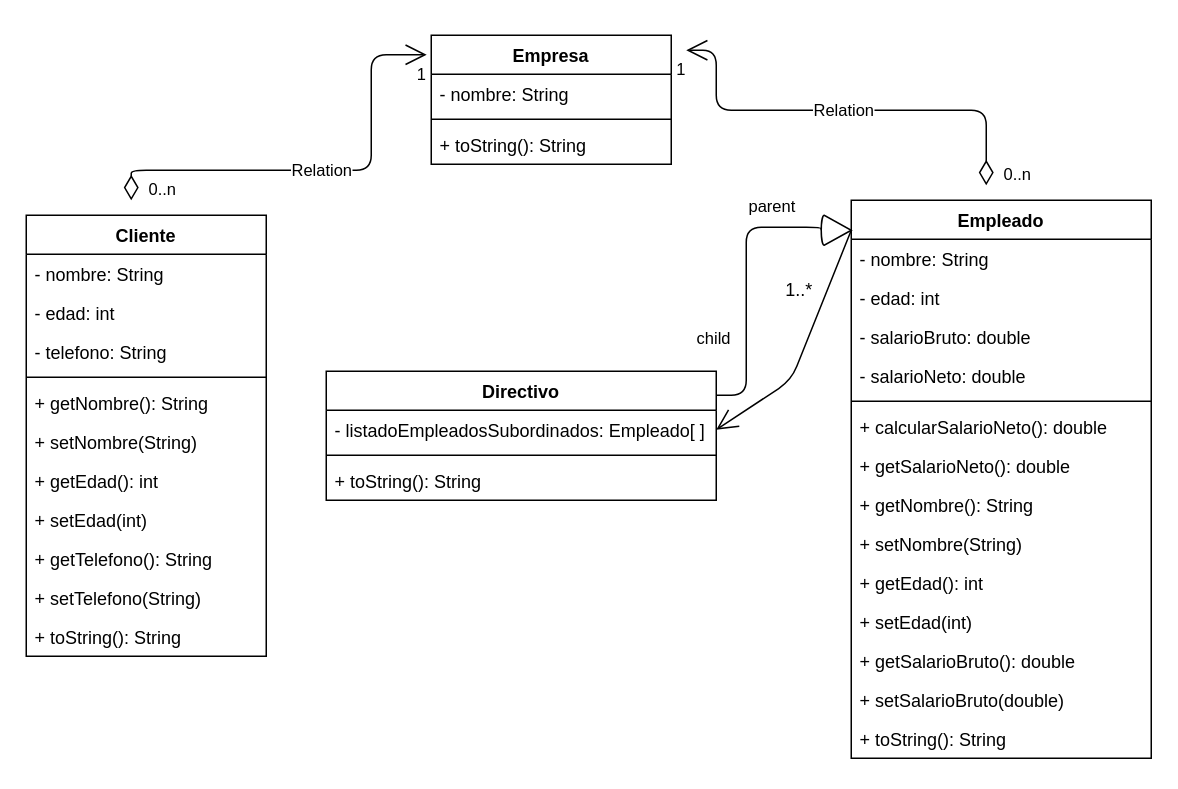
javierpb275/lenguaje-marcas keeps this draw.io diagram as uml/empresa.drawio. Above is the earlier version. Source tidied: cells renumbered, new cells numbered last; positions are measured from the earlier drawing's top-left corner, leaving out a move shared by most shapes. Both pictures are drawn from the tidied source at 150%, with x=0, y=0 at pixel (26, 34).
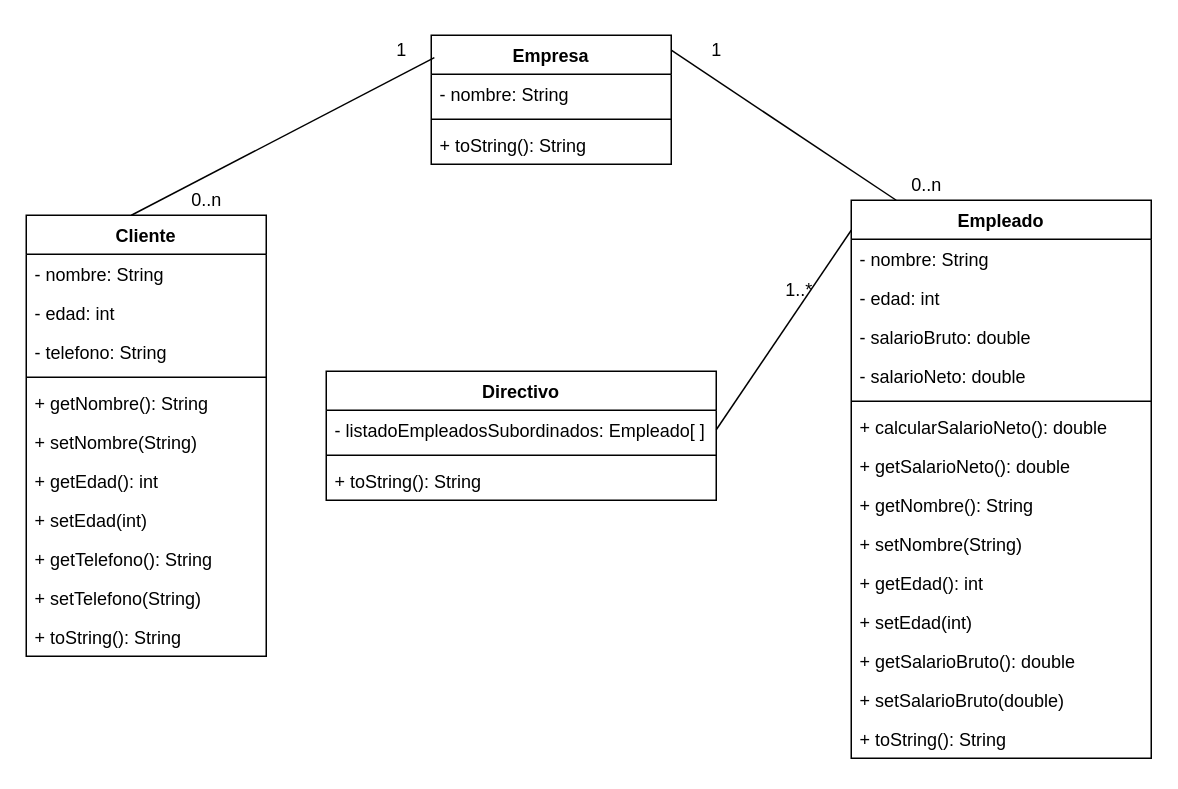
Above is the later version.

The change refers to these unchanged cells:
```xml
<mxCell id="2" value="Empresa" style="swimlane;fontStyle=1;align=center;verticalAlign=top;horizontal=1;startSize=26;" parent="1" vertex="1">
  <mxGeometry x="270" width="160" height="86" as="geometry" />
</mxCell>
<mxCell id="6" value="Cliente" style="swimlane;fontStyle=1;align=center;verticalAlign=top;horizontal=1;startSize=26;" parent="1" vertex="1">
  <mxGeometry y="120" width="160" height="294" as="geometry" />
</mxCell>
<mxCell id="18" value="Empleado" style="swimlane;fontStyle=1;align=center;verticalAlign=top;horizontal=1;startSize=26;" parent="1" vertex="1">
  <mxGeometry x="550" y="110" width="200" height="372" as="geometry" />
</mxCell>
<mxCell id="34" value="- listadoEmpleadosSubordinados: Empleado[ ]" style="text;strokeColor=none;fillColor=none;align=left;verticalAlign=top;spacingLeft=4;spacingRight=4;overflow=hidden;points=[[0,0.5],[1,0.5]];portConstraint=eastwest;" parent="33" vertex="1">
  <mxGeometry y="26" width="260" height="26" as="geometry" />
</mxCell>
```

Change to the diagram source:
```diff
@@
-    <mxCell id="37" style="endArrow=none;html=1;edgeStyle=orthogonalEdgeStyle;exitX=0;exitY=0;exitDx=10;exitDy=20;exitPerimeter=0;" parent="1" edge="1" source="46">
-      <mxGeometry relative="1" as="geometry">
-        <mxPoint x="460" y="240" as="targetPoint" />
-        <Array as="points">
-          <mxPoint x="530" y="128" />
-          <mxPoint x="480" y="128" />
-          <mxPoint x="480" y="240" />
-        </Array>
-      </mxGeometry>
-    </mxCell>
-    <mxCell id="38" value="parent" style="edgeLabel;html=1;align=left;verticalAlign=bottom;" parent="37" vertex="1">
-      <mxGeometry x="-1" relative="1" as="geometry">
-        <mxPoint x="-50" y="-7.9" as="offset" />
-      </mxGeometry>
-    </mxCell>
-    <mxCell id="39" value="child" style="edgeLabel;html=1;align=right;verticalAlign=bottom;" parent="37" vertex="1">
-      <mxGeometry x="1" relative="1" as="geometry">
-        <mxPoint x="10" y="-30" as="offset" />
-      </mxGeometry>
-    </mxCell>
-    <mxCell id="40" value="Relation" style="endArrow=open;html=1;endSize=12;startArrow=diamondThin;startSize=14;startFill=0;edgeStyle=orthogonalEdgeStyle;entryX=-0.019;entryY=0.151;entryDx=0;entryDy=0;entryPerimeter=0;" parent="1" edge="1" target="2">
-      <mxGeometry relative="1" as="geometry">
-        <mxPoint x="70" y="110" as="sourcePoint" />
-        <Array as="points">
-          <mxPoint x="70" y="90" />
-          <mxPoint x="230" y="90" />
-          <mxPoint x="230" y="13" />
-        </Array>
-      </mxGeometry>
-    </mxCell>
-    <mxCell id="41" value="0..n" style="edgeLabel;html=1;align=left;verticalAlign=top;" parent="40" vertex="1">
-      <mxGeometry x="-1" relative="1" as="geometry">
-        <mxPoint x="10" y="-20" as="offset" />
-      </mxGeometry>
-    </mxCell>
-    <mxCell id="42" value="1" style="edgeLabel;html=1;align=right;verticalAlign=top;" parent="40" vertex="1">
-      <mxGeometry x="1" relative="1" as="geometry" />
-    </mxCell>
-    <mxCell id="43" value="Relation" style="endArrow=open;html=1;endSize=12;startArrow=diamondThin;startSize=14;startFill=0;edgeStyle=orthogonalEdgeStyle;" parent="1" edge="1">
-      <mxGeometry relative="1" as="geometry">
-        <mxPoint x="640" y="100" as="sourcePoint" />
-        <mxPoint x="440" y="10" as="targetPoint" />
-        <Array as="points">
-          <mxPoint x="640" y="50" />
-          <mxPoint x="460" y="50" />
-          <mxPoint x="460" y="10" />
-        </Array>
-      </mxGeometry>
-    </mxCell>
-    <mxCell id="44" value="0..n" style="edgeLabel;html=1;align=left;verticalAlign=top;" parent="43" vertex="1">
-      <mxGeometry x="-1" relative="1" as="geometry">
-        <mxPoint x="10" y="-20" as="offset" />
-      </mxGeometry>
-    </mxCell>
-    <mxCell id="45" value="1" style="edgeLabel;html=1;align=right;verticalAlign=top;" parent="43" vertex="1">
-      <mxGeometry x="1" relative="1" as="geometry" />
-    </mxCell>
-    <mxCell id="46" style="verticalLabelPosition=bottom;verticalAlign=top;html=1;shape=mxgraph.basic.cone2;dx=0.5;dy=0.9;direction=south;" parent="1" vertex="1">
-      <mxGeometry x="530" y="120" width="20" height="20" as="geometry" />
-    </mxCell>
@@
-    <mxCell id="48" style="endArrow=open;endFill=1;endSize=12;html=1;entryX=1;entryY=0.5;entryDx=0;entryDy=0;" parent="1" edge="1" source="46" target="34">
-      <mxGeometry relative="1" as="geometry">
-        <Array as="points">
-          <mxPoint x="550" y="130" />
-          <mxPoint x="510" y="230" />
-        </Array>
-      </mxGeometry>
-    </mxCell>
+    <mxCell id="49" style="endArrow=none;html=1;entryX=1;entryY=0.5;entryDx=0;entryDy=0;exitX=0;exitY=0;exitDx=10;exitDy=0;exitPerimeter=0;" parent="1" edge="1" target="34">
+      <mxGeometry relative="1" as="geometry">
+        <mxPoint x="550" y="130" as="sourcePoint" />
+      </mxGeometry>
+    </mxCell>
+    <mxCell id="50" style="endArrow=none;html=1;exitX=0.438;exitY=0;exitDx=0;exitDy=0;exitPerimeter=0;entryX=0.013;entryY=0.174;entryDx=0;entryDy=0;entryPerimeter=0;" parent="1" edge="1" source="6" target="2">
+      <mxGeometry relative="1" as="geometry" />
+    </mxCell>
+    <mxCell id="51" value="0..n" style="text;html=1;align=center;verticalAlign=middle;" parent="1" vertex="1">
+      <mxGeometry x="100" y="100" width="40" height="20" as="geometry" />
+    </mxCell>
+    <mxCell id="52" value="1" style="text;html=1;align=center;verticalAlign=middle;" parent="1" vertex="1">
+      <mxGeometry x="240" width="20" height="20" as="geometry" />
+    </mxCell>
+    <mxCell id="53" style="endArrow=none;html=1;entryX=1;entryY=0.116;entryDx=0;entryDy=0;entryPerimeter=0;exitX=0.15;exitY=0;exitDx=0;exitDy=0;exitPerimeter=0;" parent="1" edge="1" source="18" target="2">
+      <mxGeometry relative="1" as="geometry" />
+    </mxCell>
+    <mxCell id="54" value="0..n" style="text;html=1;align=center;verticalAlign=middle;" parent="1" vertex="1">
+      <mxGeometry x="580" y="90" width="40" height="20" as="geometry" />
+    </mxCell>
+    <mxCell id="55" value="1" style="text;html=1;align=center;verticalAlign=middle;" parent="1" vertex="1">
+      <mxGeometry x="450" width="20" height="20" as="geometry" />
+    </mxCell>
```
